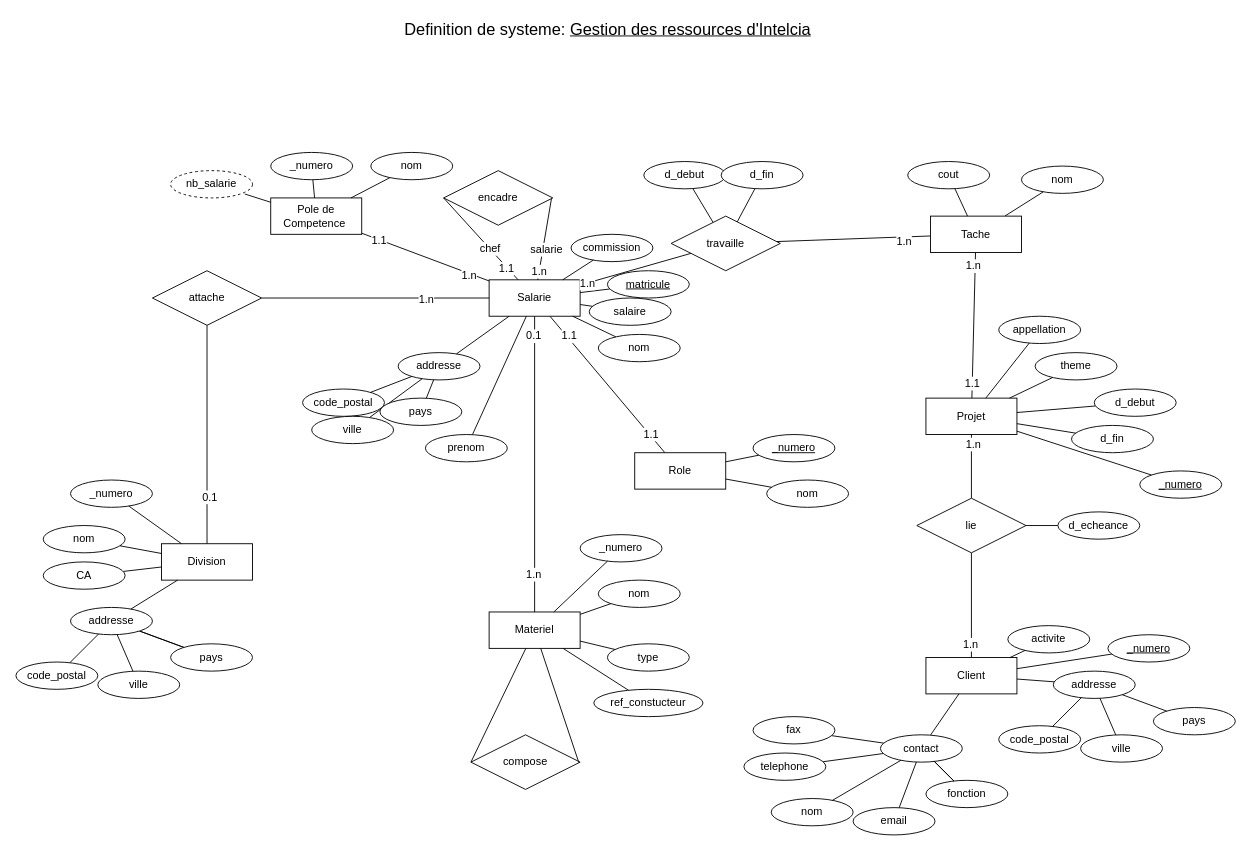
Above: page "Analyse (ER Diagram)" (1 of 5) of UML Diagrams/Intelcia.drawio in Fullstack-Java-Angular/intelcia-group (draw.io), before the change. Source tidied: cells renumbered, new cells numbered last; positions are measured from the earlier drawing's top-left corner, leaving out a move shared by most shapes. Both pictures are drawn from the tidied source at 91%, with x=0, y=0 at pixel (15, 15).
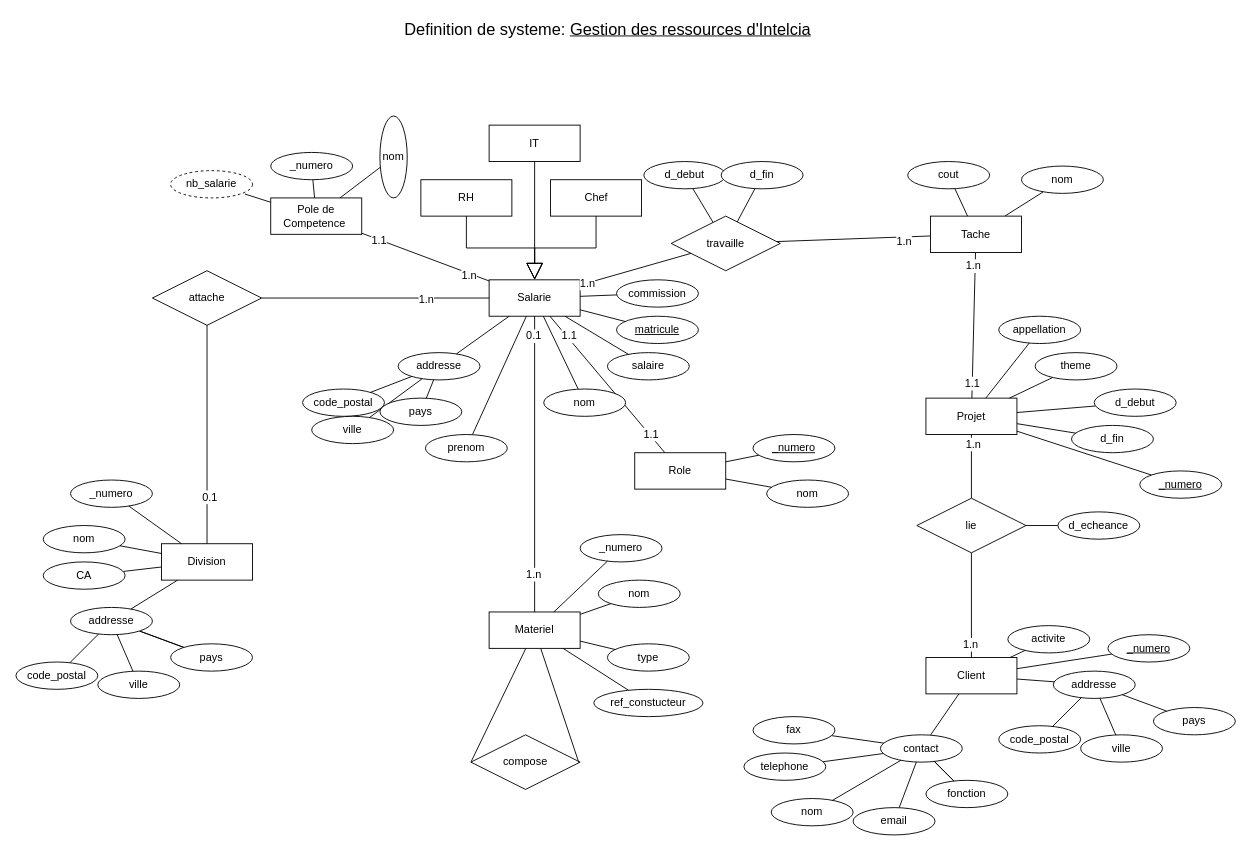
The same page after the edit.

Unchanged cells that the change refers to:
```xml
<mxCell id="4" style="group;" parent="1" vertex="1">
  <mxGeometry x="520" y="240" width="210" height="180" as="geometry" />
</mxCell>
<mxCell id="5" value="Salarie" style="whiteSpace=wrap;html=1;align=center;fontFamily=Agave;" parent="4" vertex="1">
  <mxGeometry y="50" width="100" height="40" as="geometry" />
</mxCell>
```

What changed in the source:
```diff
@@
     <mxCell id="6" value="&lt;u&gt;matricule&lt;/u&gt;" style="ellipse;whiteSpace=wrap;html=1;align=center;fontFamily=Agave;fontSize=12;" parent="4" vertex="1">
-      <mxGeometry x="130" y="40" width="90" height="30" as="geometry" />
+      <mxGeometry x="140" y="90" width="90" height="30" as="geometry" />
     </mxCell>
@@
     <mxCell id="8" value="salaire" style="ellipse;whiteSpace=wrap;html=1;align=center;fontFamily=Agave;fontSize=12;" parent="4" vertex="1">
-      <mxGeometry x="110" y="70" width="90" height="30" as="geometry" />
+      <mxGeometry x="130" y="130" width="90" height="30" as="geometry" />
     </mxCell>
@@
     <mxCell id="10" value="commission" style="ellipse;whiteSpace=wrap;html=1;align=center;fontFamily=Agave;fontSize=12;" parent="4" vertex="1">
-      <mxGeometry x="90" width="90" height="30" as="geometry" />
+      <mxGeometry x="140" y="50" width="90" height="30" as="geometry" />
     </mxCell>
@@
-    <mxCell id="12" value="nom" style="ellipse;whiteSpace=wrap;html=1;align=center;fontFamily=Agave;fontSize=12;" parent="4" vertex="1">
-      <mxGeometry x="120" y="110" width="90" height="30" as="geometry" />
-    </mxCell>
-    <mxCell id="13" style="edgeStyle=none;rounded=0;jettySize=auto;html=1;fontFamily=Agave;fontSize=12;endArrow=none;endFill=0;" parent="4" edge="1" source="5" target="12">
-      <mxGeometry relative="1" as="geometry" />
-    </mxCell>
@@
-    <mxCell id="78" style="edgeStyle=none;rounded=0;jettySize=auto;html=1;fontFamily=Agave;fontSize=12;endArrow=none;endFill=0;exitX=0.988;exitY=0.508;exitDx=0;exitDy=0;exitPerimeter=0;" parent="1" edge="1" source="81" target="5">
-      <mxGeometry relative="1" as="geometry" />
-    </mxCell>
-    <mxCell id="79" value="salarie" style="edgeLabel;html=1;align=center;verticalAlign=middle;fontSize=12;fontFamily=Agave;" parent="78" vertex="1">
-      <mxGeometry x="0.42" y="1" relative="1" as="geometry">
-        <mxPoint x="4" y="-7" as="offset" />
-      </mxGeometry>
-    </mxCell>
-    <mxCell id="80" value="1.n" style="edgeLabel;html=1;align=center;verticalAlign=middle;fontSize=12;fontFamily=Agave;" parent="78" vertex="1">
-      <mxGeometry x="0.78" y="-1" relative="1" as="geometry" />
-    </mxCell>
-    <mxCell id="81" value="encadre" style="shape=rhombus;perimeter=rhombusPerimeter;whiteSpace=wrap;html=1;align=center;fontFamily=Agave;fontSize=12;" parent="1" vertex="1">
-      <mxGeometry x="470" y="170" width="120" height="60" as="geometry" />
-    </mxCell>
-    <mxCell id="82" style="edgeStyle=none;rounded=0;jettySize=auto;html=1;fontFamily=Agave;fontSize=12;endArrow=none;endFill=0;entryX=0;entryY=0.5;entryDx=0;entryDy=0;" parent="1" edge="1" source="5" target="81">
-      <mxGeometry relative="1" as="geometry" />
-    </mxCell>
-    <mxCell id="83" value="1.1" style="edgeLabel;html=1;align=center;verticalAlign=middle;fontSize=12;fontFamily=Agave;" parent="82" vertex="1">
-      <mxGeometry x="-0.7" y="1" relative="1" as="geometry" />
-    </mxCell>
-    <mxCell id="84" value="chef" style="edgeLabel;html=1;align=center;verticalAlign=middle;fontSize=12;fontFamily=Agave;" parent="82" vertex="1">
-      <mxGeometry x="-0.23" relative="1" as="geometry" />
-    </mxCell>
@@
-    <mxCell id="86" value="nom" style="ellipse;whiteSpace=wrap;html=1;align=center;fontFamily=Agave;fontSize=12;" parent="1" vertex="1">
-      <mxGeometry x="390" y="150" width="90" height="30" as="geometry" />
+    <mxCell id="86" value="nom" style="ellipse;whiteSpace=wrap;html=1;align=center;fontFamily=Agave;fontSize=12;direction=south;" parent="1" vertex="1">
+      <mxGeometry x="400" y="110" width="30" height="90" as="geometry" />
     </mxCell>
@@
+    <mxCell id="154" value="IT" style="whiteSpace=wrap;html=1;align=center;fontFamily=Agave;" parent="1" vertex="1">
+      <mxGeometry x="520" y="120" width="100" height="40" as="geometry" />
+    </mxCell>
+    <mxCell id="155" value="RH" style="whiteSpace=wrap;html=1;align=center;fontFamily=Agave;" parent="1" vertex="1">
+      <mxGeometry x="445" y="180" width="100" height="40" as="geometry" />
+    </mxCell>
+    <mxCell id="156" value="Chef" style="whiteSpace=wrap;html=1;align=center;fontFamily=Agave;" parent="1" vertex="1">
+      <mxGeometry x="587.5" y="180" width="100" height="40" as="geometry" />
+    </mxCell>
+    <mxCell id="157" style="endArrow=block;endSize=16;endFill=0;html=1;rounded=0;fontFamily=Agave;edgeStyle=orthogonalEdgeStyle;" parent="1" edge="1" source="155" target="5">
+      <mxGeometry relative="1" as="geometry" />
+    </mxCell>
+    <mxCell id="158" style="endArrow=block;endSize=16;endFill=0;html=1;rounded=0;fontFamily=Agave;edgeStyle=orthogonalEdgeStyle;entryX=0.5;entryY=0;entryDx=0;entryDy=0;" parent="1" edge="1" source="154" target="5">
+      <mxGeometry relative="1" as="geometry" />
+    </mxCell>
+    <mxCell id="159" style="endArrow=block;endSize=16;endFill=0;html=1;rounded=0;fontFamily=Agave;edgeStyle=orthogonalEdgeStyle;entryX=0.5;entryY=0;entryDx=0;entryDy=0;" parent="1" edge="1" source="156" target="5">
+      <mxGeometry relative="1" as="geometry" />
+    </mxCell>
+    <mxCell id="12" value="nom" style="ellipse;whiteSpace=wrap;html=1;align=center;fontFamily=Agave;fontSize=12;" parent="1" vertex="1">
+      <mxGeometry x="580" y="410" width="90" height="30" as="geometry" />
+    </mxCell>
+    <mxCell id="13" style="edgeStyle=none;rounded=0;jettySize=auto;html=1;fontFamily=Agave;fontSize=12;endArrow=none;endFill=0;" parent="1" edge="1" source="5" target="12">
+      <mxGeometry relative="1" as="geometry" />
+    </mxCell>
```
